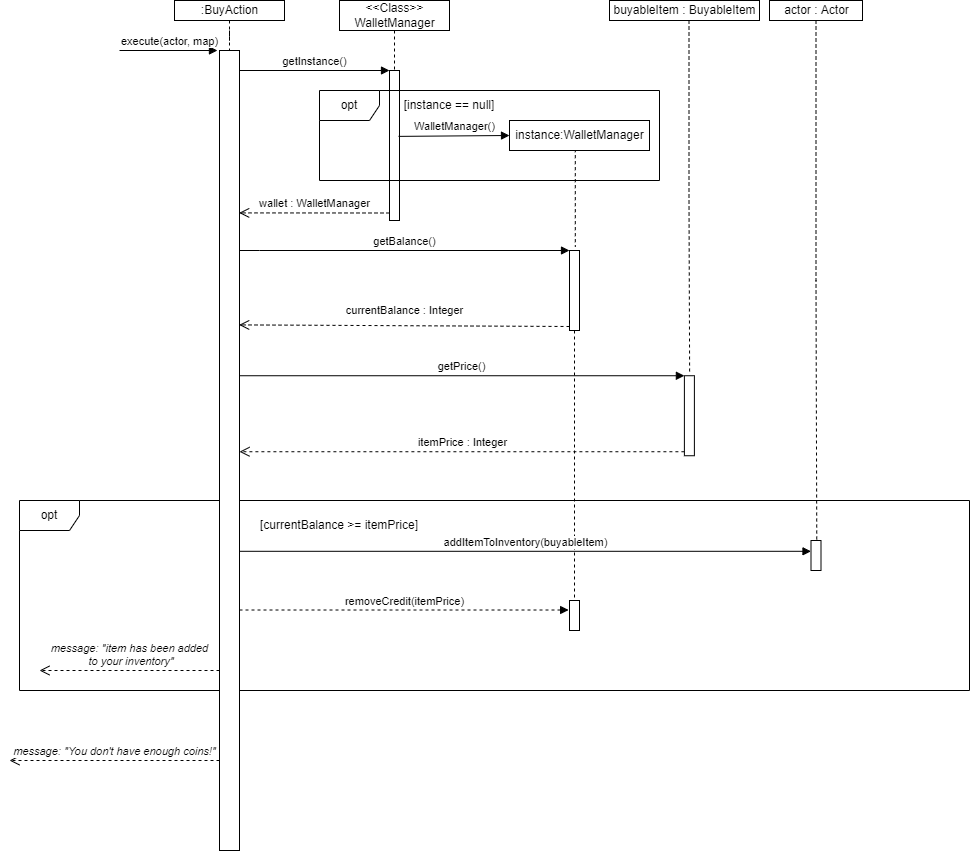
IvanChann/Mario.... keeps this draw.io diagram as docs/BuyAction Sequence Diagram by Andy.png. Above is the earlier version. Source tidied: cells renumbered, new cells last; positions are measured from the earlier drawing's top-left corner, leaving out a move shared by most shapes. Its diagram source:
```xml
<mxGraphModel>
  <root>
    <mxCell id="0" />
    <mxCell id="1" parent="0" />
    <mxCell id="2" value="opt" style="shape=umlFrame;whiteSpace=wrap;html=1;" parent="1" vertex="1">
      <mxGeometry x="10" y="500" width="950" height="190" as="geometry" />
    </mxCell>
    <mxCell id="3" style="html=1;points=[];perimeter=orthogonalPerimeter;" parent="1" vertex="1">
      <mxGeometry x="210" y="50" width="20" height="800" as="geometry" />
    </mxCell>
    <mxCell id="4" value="execute(actor, map)" style="html=1;verticalAlign=bottom;endArrow=block;rounded=0;entryX=-0.102;entryY=0;entryDx=0;entryDy=0;entryPerimeter=0;" parent="1" edge="1" target="3">
      <mxGeometry x="0.02" relative="1" as="geometry">
        <mxPoint x="110" y="50" as="sourcePoint" />
      </mxGeometry>
    </mxCell>
    <mxCell id="5" value="&lt;i&gt;message: &quot;item has been added&lt;br&gt;&amp;nbsp;to your inventory&quot;&lt;/i&gt;" style="html=1;verticalAlign=bottom;endArrow=open;dashed=1;endSize=8;rounded=0;" parent="1" edge="1">
      <mxGeometry relative="1" as="geometry">
        <mxPoint x="210" y="670" as="sourcePoint" />
        <mxPoint x="30" y="670" as="targetPoint" />
      </mxGeometry>
    </mxCell>
    <mxCell id="6" style="edgeStyle=orthogonalEdgeStyle;rounded=0;jettySize=auto;html=1;endArrow=none;endFill=0;dashed=1;" parent="1" edge="1" source="7" target="3">
      <mxGeometry relative="1" as="geometry" />
    </mxCell>
    <mxCell id="7" value=":BuyAction" style="html=1;" parent="1" vertex="1">
      <mxGeometry x="165" width="110" height="20" as="geometry" />
    </mxCell>
    <mxCell id="8" style="html=1;points=[];perimeter=orthogonalPerimeter;" parent="1" vertex="1">
      <mxGeometry x="380" y="70" width="10" height="150" as="geometry" />
    </mxCell>
    <mxCell id="9" value="getInstance()" style="html=1;verticalAlign=bottom;endArrow=block;entryX=0;entryY=0;rounded=0;" parent="1" edge="1" source="3" target="8">
      <mxGeometry relative="1" as="geometry" />
    </mxCell>
    <mxCell id="10" value="wallet : WalletManager" style="html=1;verticalAlign=bottom;endArrow=open;dashed=1;endSize=8;exitX=0;exitY=0.95;rounded=0;entryX=0.983;entryY=0.203;entryDx=0;entryDy=0;entryPerimeter=0;" parent="1" edge="1" source="8" target="3">
      <mxGeometry relative="1" as="geometry" />
    </mxCell>
    <mxCell id="11" style="edgeStyle=orthogonalEdgeStyle;rounded=0;jettySize=auto;html=1;endArrow=none;endFill=0;dashed=1;" parent="1" edge="1" source="12">
      <mxGeometry relative="1" as="geometry">
        <mxPoint x="385" y="70" as="targetPoint" />
      </mxGeometry>
    </mxCell>
    <mxCell id="12" value="&amp;lt;&amp;lt;Class&amp;gt;&amp;gt;&lt;br&gt;WalletManager" style="html=1;" parent="1" vertex="1">
      <mxGeometry x="330" width="110" height="30" as="geometry" />
    </mxCell>
    <mxCell id="13" value="opt" style="shape=umlFrame;whiteSpace=wrap;html=1;" parent="1" vertex="1">
      <mxGeometry x="310" y="90" width="340" height="90" as="geometry" />
    </mxCell>
    <mxCell id="14" value="[instance == null]" style="text;html=1;strokeColor=none;fillColor=none;align=center;verticalAlign=middle;whiteSpace=wrap;rounded=0;" parent="1" vertex="1">
      <mxGeometry x="390" y="90" width="100" height="30" as="geometry" />
    </mxCell>
    <mxCell id="15" value="instance:WalletManager" style="html=1;" parent="1" vertex="1">
      <mxGeometry x="500" y="120" width="140" height="30" as="geometry" />
    </mxCell>
    <mxCell id="16" value="WalletManager()" style="html=1;verticalAlign=bottom;endArrow=block;rounded=0;exitX=1.053;exitY=0.032;exitDx=0;exitDy=0;exitPerimeter=0;entryX=0;entryY=0.5;entryDx=0;entryDy=0;" parent="1" edge="1" target="15">
      <mxGeometry relative="1" as="geometry">
        <mxPoint x="389" y="135.9" as="sourcePoint" />
      </mxGeometry>
    </mxCell>
    <mxCell id="17" style="edgeStyle=orthogonalEdgeStyle;rounded=0;jettySize=auto;html=1;endArrow=none;endFill=0;dashed=1;entryX=0.58;entryY=-0.045;entryDx=0;entryDy=0;entryPerimeter=0;" parent="1" edge="1" target="24">
      <mxGeometry relative="1" as="geometry">
        <mxPoint x="564.5" y="150" as="sourcePoint" />
        <Array as="points">
          <mxPoint x="566" y="150" />
        </Array>
      </mxGeometry>
    </mxCell>
    <mxCell id="18" style="html=1;points=[];perimeter=orthogonalPerimeter;" parent="1" vertex="1">
      <mxGeometry x="674.9" y="375.2" width="10" height="80" as="geometry" />
    </mxCell>
    <mxCell id="19" value="getPrice()" style="html=1;verticalAlign=bottom;endArrow=block;entryX=0;entryY=0;rounded=0;" parent="1" edge="1" source="3" target="18">
      <mxGeometry relative="1" as="geometry" />
    </mxCell>
    <mxCell id="20" value="itemPrice : Integer" style="html=1;verticalAlign=bottom;endArrow=open;dashed=1;endSize=8;exitX=0;exitY=0.95;rounded=0;" parent="1" edge="1" source="18" target="3">
      <mxGeometry relative="1" as="geometry" />
    </mxCell>
    <mxCell id="21" value="buyableItem : BuyableItem" style="html=1;" parent="1" vertex="1">
      <mxGeometry x="600" width="150" height="20" as="geometry" />
    </mxCell>
    <mxCell id="22" style="edgeStyle=orthogonalEdgeStyle;rounded=0;jettySize=auto;html=1;endArrow=none;endFill=0;dashed=1;entryX=0.523;entryY=-0.035;entryDx=0;entryDy=0;entryPerimeter=0;" parent="1" edge="1" target="18">
      <mxGeometry relative="1" as="geometry">
        <mxPoint x="679.5" y="20" as="sourcePoint" />
      </mxGeometry>
    </mxCell>
    <mxCell id="23" style="edgeStyle=orthogonalEdgeStyle;rounded=0;jettySize=auto;html=1;endArrow=none;endFill=0;dashed=1;" parent="1" edge="1" source="24" target="32">
      <mxGeometry relative="1" as="geometry" />
    </mxCell>
    <mxCell id="24" style="html=1;points=[];perimeter=orthogonalPerimeter;" parent="1" vertex="1">
      <mxGeometry x="560" y="250" width="10" height="80" as="geometry" />
    </mxCell>
    <mxCell id="25" value="getBalance()" style="html=1;verticalAlign=bottom;endArrow=block;entryX=0;entryY=0;rounded=0;" parent="1" edge="1" source="3" target="24">
      <mxGeometry relative="1" as="geometry">
        <Array as="points">
          <mxPoint x="250" y="250" />
        </Array>
      </mxGeometry>
    </mxCell>
    <mxCell id="26" value="currentBalance : Integer" style="html=1;verticalAlign=bottom;endArrow=open;dashed=1;endSize=8;exitX=0;exitY=0.95;rounded=0;entryX=0.983;entryY=0.343;entryDx=0;entryDy=0;entryPerimeter=0;" parent="1" edge="1" source="24" target="3">
      <mxGeometry y="-6" relative="1" as="geometry" />
    </mxCell>
    <mxCell id="27" value="[currentBalance &amp;gt;= itemPrice]" style="text;html=1;strokeColor=none;fillColor=none;align=center;verticalAlign=middle;whiteSpace=wrap;rounded=0;" parent="1" vertex="1">
      <mxGeometry x="240" y="510" width="180" height="30" as="geometry" />
    </mxCell>
    <mxCell id="28" style="edgeStyle=orthogonalEdgeStyle;rounded=0;jettySize=auto;html=1;dashed=1;endArrow=none;endFill=0;entryX=0.577;entryY=0.063;entryDx=0;entryDy=0;entryPerimeter=0;" parent="1" edge="1" source="29" target="30">
      <mxGeometry relative="1" as="geometry" />
    </mxCell>
    <mxCell id="29" value="actor : Actor" style="html=1;" parent="1" vertex="1">
      <mxGeometry x="760" width="93" height="20" as="geometry" />
    </mxCell>
    <mxCell id="30" style="html=1;points=[];perimeter=orthogonalPerimeter;" parent="1" vertex="1">
      <mxGeometry x="801.5" y="540" width="10" height="30" as="geometry" />
    </mxCell>
    <mxCell id="31" value="addItemToInventory(buyableItem)" style="html=1;verticalAlign=bottom;endArrow=block;rounded=0;exitX=0.983;exitY=0.626;exitDx=0;exitDy=0;exitPerimeter=0;" parent="1" edge="1" source="3" target="30">
      <mxGeometry relative="1" as="geometry" />
    </mxCell>
    <mxCell id="32" style="html=1;points=[];perimeter=orthogonalPerimeter;" parent="1" vertex="1">
      <mxGeometry x="560" y="600" width="10" height="30" as="geometry" />
    </mxCell>
    <mxCell id="33" value="removeCredit(itemPrice)" style="html=1;verticalAlign=bottom;endArrow=block;entryX=-0.087;entryY=0.317;rounded=0;dashed=1;entryDx=0;entryDy=0;entryPerimeter=0;" parent="1" edge="1" source="3" target="32">
      <mxGeometry relative="1" as="geometry" />
    </mxCell>
    <mxCell id="34" value="&lt;i&gt;message: &quot;You don't have enough coins!&quot;&lt;/i&gt;" style="html=1;verticalAlign=bottom;endArrow=open;dashed=1;endSize=8;rounded=0;" parent="1" edge="1">
      <mxGeometry relative="1" as="geometry">
        <mxPoint x="210" y="760" as="sourcePoint" />
        <mxPoint y="760" as="targetPoint" />
      </mxGeometry>
    </mxCell>
  </root>
</mxGraphModel>
```
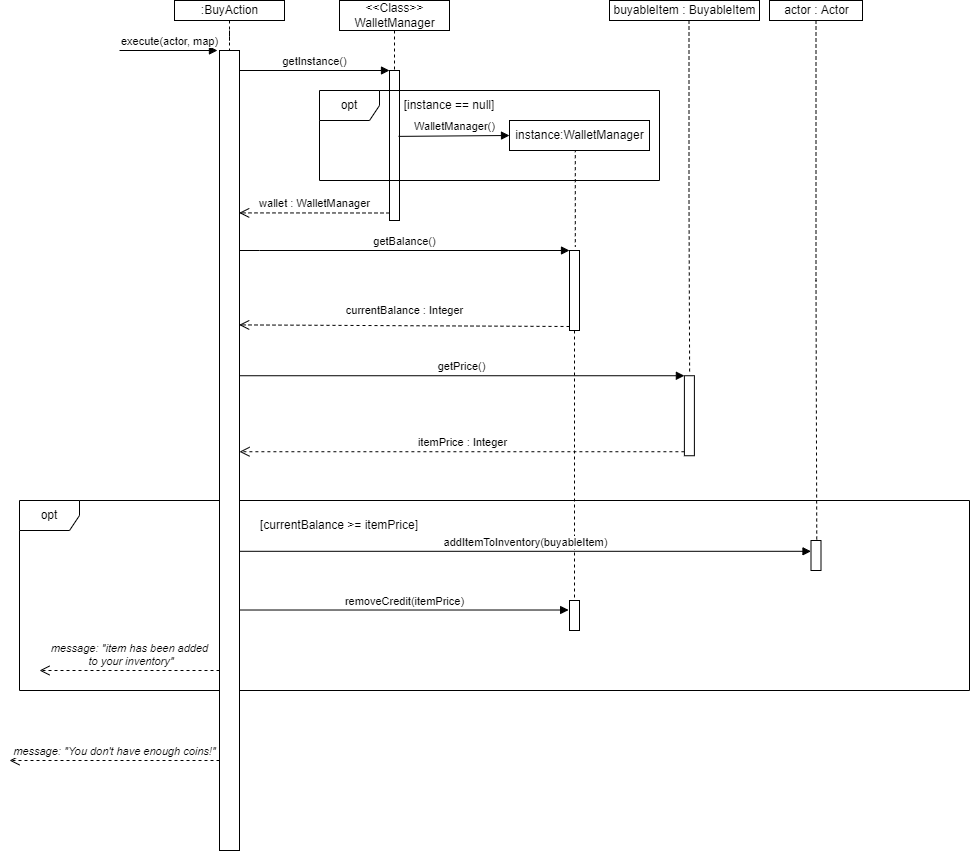
After the change.

Commit message:
Fixed an error in sequence diagram

The edit, as a diff of the source:
```diff
@@ -115,7 +115,7 @@
     <mxCell id="32" style="html=1;points=[];perimeter=orthogonalPerimeter;" parent="1" vertex="1">
       <mxGeometry x="560" y="600" width="10" height="30" as="geometry" />
     </mxCell>
-    <mxCell id="33" value="removeCredit(itemPrice)" style="html=1;verticalAlign=bottom;endArrow=block;entryX=-0.087;entryY=0.317;rounded=0;dashed=1;entryDx=0;entryDy=0;entryPerimeter=0;" parent="1" edge="1" source="3" target="32">
+    <mxCell id="33" value="removeCredit(itemPrice)" style="html=1;verticalAlign=bottom;endArrow=block;entryX=-0.087;entryY=0.317;rounded=0;entryDx=0;entryDy=0;entryPerimeter=0;" parent="1" edge="1" source="3" target="32">
       <mxGeometry relative="1" as="geometry" />
     </mxCell>
     <mxCell id="34" value="&lt;i&gt;message: &quot;You don't have enough coins!&quot;&lt;/i&gt;" style="html=1;verticalAlign=bottom;endArrow=open;dashed=1;endSize=8;rounded=0;" parent="1" edge="1">
```
